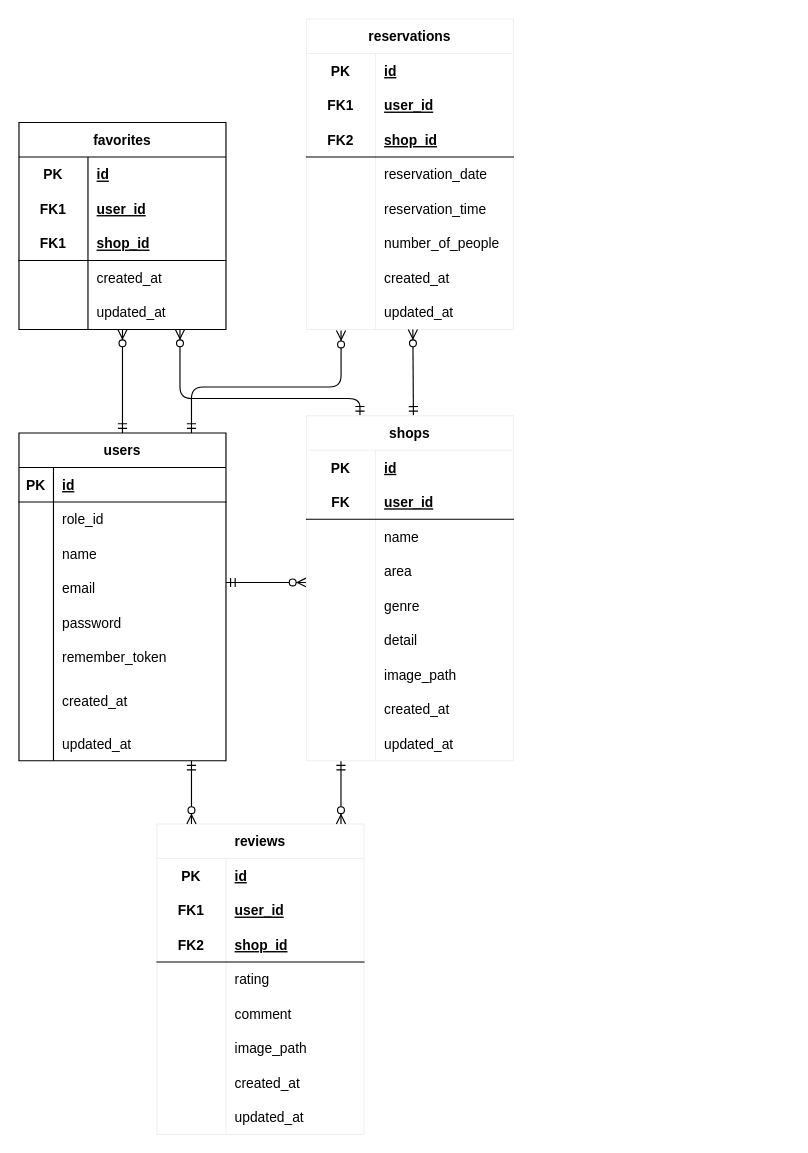
Earlier version of the draw.io diagram src/database/rese-app.dio (shobuhinako/rese-app_0203). Source tidied: cells renumbered, new cells numbered last; positions are measured from the earlier drawing's top-left corner, leaving out a move shared by most shapes. Both pictures are drawn from the tidied source at 115%, with x=0, y=0 at pixel (18, 18).
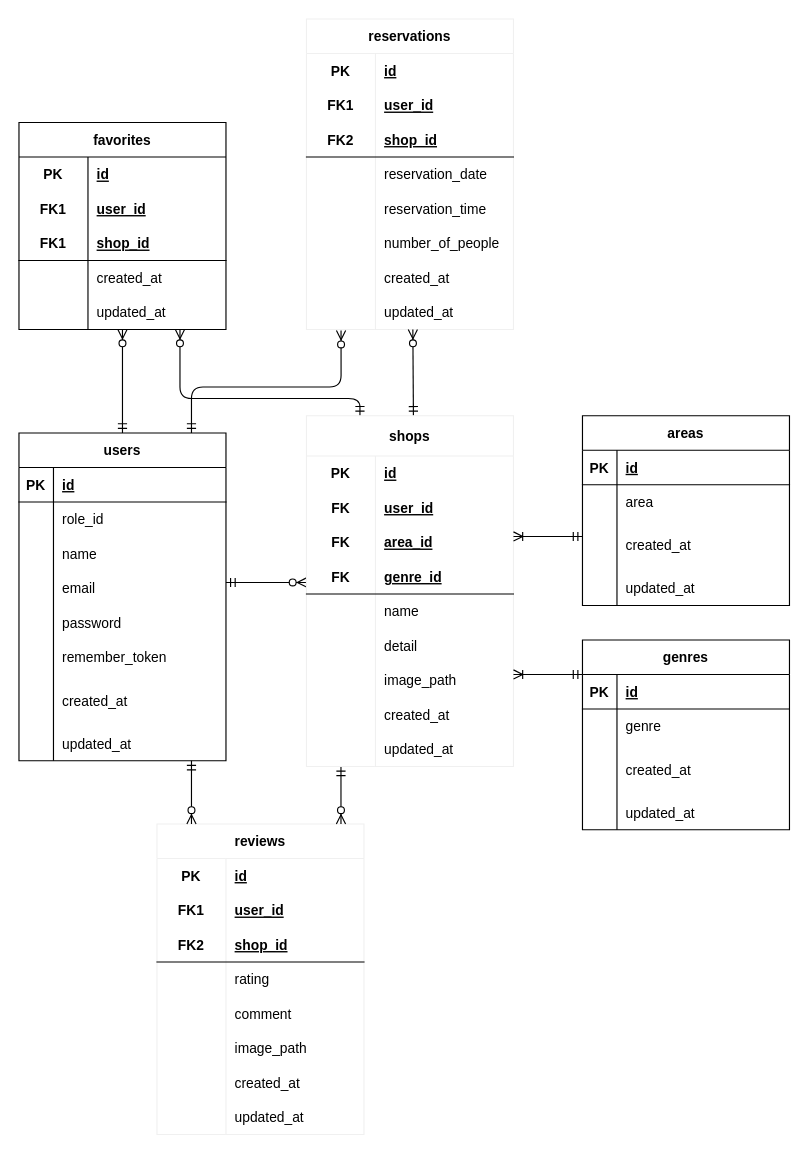
The same page after the edit.

Change to the diagram source:
```diff
@@
-    <mxCell id="99" style="fontSize=12;html=1;endArrow=ERzeroToMany;startArrow=ERmandOne;exitX=0.5;exitY=0;exitDx=0;exitDy=0;" parent="1" edge="1">
+    <mxCell id="99" style="fontSize=12;html=1;endArrow=ERzeroToMany;startArrow=ERmandOne;" parent="1" edge="1">
       <mxGeometry relative="1" as="geometry">
-        <mxPoint x="280" y="645" as="sourcePoint" />
+        <mxPoint x="280" y="650" as="sourcePoint" />
         <mxPoint x="280" y="700" as="targetPoint" />
       </mxGeometry>
     </mxCell>
-    <mxCell id="100" value="shops" style="shape=table;startSize=30;childLayout=tableLayout;rowLines=0;fontStyle=1;align=center;strokeColor=#F0F0F0;" parent="1" vertex="1">
-      <mxGeometry x="250" y="345" width="180" height="300" as="geometry" />
+    <mxCell id="100" value="shops" style="shape=table;startSize=35;childLayout=tableLayout;rowLines=0;fontStyle=1;align=center;strokeColor=#F0F0F0;" parent="1" vertex="1">
+      <mxGeometry x="250" y="345" width="180" height="305" as="geometry" />
     </mxCell>
     <mxCell id="101" style="shape=tableRow;horizontal=0;startSize=0;swimlaneHead=0;swimlaneBody=0;fillColor=none;top=0;left=0;right=0;bottom=0;strokeColor=default;" parent="100" vertex="1">
-      <mxGeometry y="30" width="180" height="30" as="geometry" />
+      <mxGeometry y="35" width="180" height="30" as="geometry" />
     </mxCell>
@@
+    <mxCell id="128" style="shape=tableRow;horizontal=0;startSize=0;swimlaneHead=0;swimlaneBody=0;fillColor=none;top=0;left=0;right=0;bottom=0;strokeColor=default;" parent="100" vertex="1">
+      <mxGeometry y="65" width="180" height="30" as="geometry" />
+    </mxCell>
+    <mxCell id="129" value="FK" style="shape=partialRectangle;fillColor=none;top=0;left=0;bottom=0;right=0;fontStyle=1;overflow=hidden;strokeColor=default;" parent="128" vertex="1">
+      <mxGeometry width="60" height="30" as="geometry" />
+    </mxCell>
+    <mxCell id="130" value="user_id" style="shape=partialRectangle;fillColor=none;top=0;left=0;bottom=0;right=0;align=left;spacingLeft=6;fontStyle=5;overflow=hidden;strokeColor=default;" parent="128" vertex="1">
+      <mxGeometry x="60" width="120" height="30" as="geometry" />
+    </mxCell>
+    <mxCell id="131" style="shape=tableRow;horizontal=0;startSize=0;swimlaneHead=0;swimlaneBody=0;fillColor=none;top=0;left=0;right=0;bottom=0;strokeColor=default;" parent="100" vertex="1">
+      <mxGeometry y="95" width="180" height="30" as="geometry" />
+    </mxCell>
+    <mxCell id="132" value="FK" style="shape=partialRectangle;fillColor=none;top=0;left=0;bottom=0;right=0;fontStyle=1;overflow=hidden;strokeColor=default;" parent="131" vertex="1">
+      <mxGeometry width="60" height="30" as="geometry" />
+    </mxCell>
+    <mxCell id="133" value="area_id" style="shape=partialRectangle;fillColor=none;top=0;left=0;bottom=0;right=0;align=left;spacingLeft=6;fontStyle=5;overflow=hidden;strokeColor=default;" parent="131" vertex="1">
+      <mxGeometry x="60" width="120" height="30" as="geometry" />
+    </mxCell>
     <mxCell id="104" style="shape=tableRow;horizontal=0;startSize=0;swimlaneHead=0;swimlaneBody=0;fillColor=none;top=0;left=0;right=0;bottom=1;strokeColor=default;" parent="100" vertex="1">
-      <mxGeometry y="60" width="180" height="30" as="geometry" />
+      <mxGeometry y="125" width="180" height="30" as="geometry" />
     </mxCell>
@@
-    <mxCell id="106" value="user_id" style="shape=partialRectangle;fillColor=none;top=0;left=0;bottom=0;right=0;align=left;spacingLeft=6;fontStyle=5;overflow=hidden;strokeColor=default;" parent="104" vertex="1">
+    <mxCell id="106" value="genre_id" style="shape=partialRectangle;fillColor=none;top=0;left=0;bottom=0;right=0;align=left;spacingLeft=6;fontStyle=5;overflow=hidden;strokeColor=default;" parent="104" vertex="1">
       <mxGeometry x="60" width="120" height="30" as="geometry" />
     </mxCell>
     <mxCell id="107" style="shape=tableRow;horizontal=0;startSize=0;swimlaneHead=0;swimlaneBody=0;fillColor=none;top=0;left=0;right=0;bottom=0;strokeColor=default;" parent="100" vertex="1">
-      <mxGeometry y="90" width="180" height="30" as="geometry" />
+      <mxGeometry y="155" width="180" height="30" as="geometry" />
     </mxCell>
@@
-    <mxCell id="110" style="shape=tableRow;horizontal=0;startSize=0;swimlaneHead=0;swimlaneBody=0;fillColor=none;top=0;left=0;right=0;bottom=0;strokeColor=default;" parent="100" vertex="1">
-      <mxGeometry y="120" width="180" height="30" as="geometry" />
-    </mxCell>
-    <mxCell id="111" style="shape=partialRectangle;fillColor=none;top=0;left=0;bottom=0;right=0;overflow=hidden;strokeColor=default;" parent="110" vertex="1">
-      <mxGeometry width="60" height="30" as="geometry" />
-    </mxCell>
-    <mxCell id="112" value="area" style="shape=partialRectangle;fillColor=none;top=0;left=0;bottom=0;right=0;align=left;spacingLeft=6;overflow=hidden;strokeColor=default;" parent="110" vertex="1">
-      <mxGeometry x="60" width="120" height="30" as="geometry" />
-    </mxCell>
-    <mxCell id="113" style="shape=tableRow;horizontal=0;startSize=0;swimlaneHead=0;swimlaneBody=0;fillColor=none;top=0;left=0;right=0;bottom=0;strokeColor=default;" parent="100" vertex="1">
-      <mxGeometry y="150" width="180" height="30" as="geometry" />
-    </mxCell>
-    <mxCell id="114" style="shape=partialRectangle;fillColor=none;top=0;left=0;bottom=0;right=0;overflow=hidden;strokeColor=default;" parent="113" vertex="1">
-      <mxGeometry width="60" height="30" as="geometry" />
-    </mxCell>
-    <mxCell id="115" value="genre" style="shape=partialRectangle;fillColor=none;top=0;left=0;bottom=0;right=0;align=left;spacingLeft=6;overflow=hidden;strokeColor=default;" parent="113" vertex="1">
-      <mxGeometry x="60" width="120" height="30" as="geometry" />
-    </mxCell>
     <mxCell id="116" style="shape=tableRow;horizontal=0;startSize=0;swimlaneHead=0;swimlaneBody=0;fillColor=none;top=0;left=0;right=0;bottom=0;strokeColor=default;" parent="100" vertex="1">
-      <mxGeometry y="180" width="180" height="30" as="geometry" />
+      <mxGeometry y="185" width="180" height="30" as="geometry" />
     </mxCell>
@@
     <mxCell id="119" style="shape=tableRow;horizontal=0;startSize=0;swimlaneHead=0;swimlaneBody=0;fillColor=none;top=0;left=0;right=0;bottom=0;strokeColor=default;" parent="100" vertex="1">
-      <mxGeometry y="210" width="180" height="30" as="geometry" />
+      <mxGeometry y="215" width="180" height="30" as="geometry" />
     </mxCell>
@@
     <mxCell id="122" style="shape=tableRow;horizontal=0;startSize=0;swimlaneHead=0;swimlaneBody=0;fillColor=none;top=0;left=0;right=0;bottom=0;strokeColor=default;" parent="100" vertex="1">
-      <mxGeometry y="240" width="180" height="30" as="geometry" />
+      <mxGeometry y="245" width="180" height="30" as="geometry" />
     </mxCell>
@@
     <mxCell id="125" style="shape=tableRow;horizontal=0;startSize=0;swimlaneHead=0;swimlaneBody=0;fillColor=none;top=0;left=0;right=0;bottom=0;strokeColor=default;" parent="100" vertex="1">
-      <mxGeometry y="270" width="180" height="30" as="geometry" />
+      <mxGeometry y="275" width="180" height="30" as="geometry" />
     </mxCell>
@@
+    <mxCell id="134" value="areas" style="shape=table;startSize=30;childLayout=tableLayout;rowLines=0;fontStyle=1;align=center;" parent="1" vertex="1">
+      <mxGeometry x="490" y="345" width="180" height="165" as="geometry" />
+    </mxCell>
+    <mxCell id="135" style="shape=tableRow;horizontal=0;startSize=0;swimlaneHead=0;swimlaneBody=0;fillColor=none;top=0;left=0;right=0;bottom=1;" parent="134" vertex="1">
+      <mxGeometry y="30" width="180" height="30" as="geometry" />
+    </mxCell>
+    <mxCell id="136" value="PK" style="shape=partialRectangle;fillColor=none;top=0;left=0;bottom=0;right=0;fontStyle=1;overflow=hidden;" parent="135" vertex="1">
+      <mxGeometry width="30" height="30" as="geometry" />
+    </mxCell>
+    <mxCell id="137" value="id" style="shape=partialRectangle;fillColor=none;top=0;left=0;bottom=0;right=0;align=left;spacingLeft=6;fontStyle=5;overflow=hidden;" parent="135" vertex="1">
+      <mxGeometry x="30" width="150" height="30" as="geometry" />
+    </mxCell>
+    <mxCell id="138" style="shape=tableRow;horizontal=0;startSize=0;swimlaneHead=0;swimlaneBody=0;fillColor=none;top=0;left=0;right=0;bottom=0;" parent="134" vertex="1">
+      <mxGeometry y="60" width="180" height="30" as="geometry" />
+    </mxCell>
+    <mxCell id="139" style="shape=partialRectangle;fillColor=none;top=0;left=0;bottom=0;right=0;overflow=hidden;" parent="138" vertex="1">
+      <mxGeometry width="30" height="30" as="geometry" />
+    </mxCell>
+    <mxCell id="112" value="area" style="shape=partialRectangle;fillColor=none;top=0;left=0;bottom=0;right=0;align=left;spacingLeft=6;overflow=hidden;" parent="138" vertex="1">
+      <mxGeometry x="30" width="150" height="30" as="geometry" />
+    </mxCell>
+    <mxCell id="140" style="shape=tableRow;horizontal=0;startSize=0;swimlaneHead=0;swimlaneBody=0;fillColor=none;top=0;left=0;right=0;bottom=0;" parent="134" vertex="1">
+      <mxGeometry y="90" width="180" height="45" as="geometry" />
+    </mxCell>
+    <mxCell id="141" style="shape=partialRectangle;fillColor=none;top=0;left=0;bottom=0;right=0;overflow=hidden;" parent="140" vertex="1">
+      <mxGeometry width="30" height="45" as="geometry" />
+    </mxCell>
+    <mxCell id="142" value="created_at" style="shape=partialRectangle;fillColor=none;top=0;left=0;bottom=0;right=0;align=left;spacingLeft=6;overflow=hidden;" parent="140" vertex="1">
+      <mxGeometry x="30" width="150" height="45" as="geometry" />
+    </mxCell>
+    <mxCell id="143" style="shape=tableRow;horizontal=0;startSize=0;swimlaneHead=0;swimlaneBody=0;fillColor=none;top=0;left=0;right=0;bottom=0;" parent="134" vertex="1">
+      <mxGeometry y="135" width="180" height="30" as="geometry" />
+    </mxCell>
+    <mxCell id="144" style="shape=partialRectangle;fillColor=none;top=0;left=0;bottom=0;right=0;overflow=hidden;" parent="143" vertex="1">
+      <mxGeometry width="30" height="30" as="geometry" />
+    </mxCell>
+    <mxCell id="145" value="updated_at" style="shape=partialRectangle;fillColor=none;top=0;left=0;bottom=0;right=0;align=left;spacingLeft=6;overflow=hidden;" parent="143" vertex="1">
+      <mxGeometry x="30" width="150" height="30" as="geometry" />
+    </mxCell>
+    <mxCell id="146" value="genres" style="shape=table;startSize=30;childLayout=tableLayout;rowLines=0;fontStyle=1;align=center;" parent="1" vertex="1">
+      <mxGeometry x="490" y="540" width="180" height="165" as="geometry" />
+    </mxCell>
+    <mxCell id="147" style="shape=tableRow;horizontal=0;startSize=0;swimlaneHead=0;swimlaneBody=0;fillColor=none;top=0;left=0;right=0;bottom=1;" parent="146" vertex="1">
+      <mxGeometry y="30" width="180" height="30" as="geometry" />
+    </mxCell>
+    <mxCell id="148" value="PK" style="shape=partialRectangle;fillColor=none;top=0;left=0;bottom=0;right=0;fontStyle=1;overflow=hidden;" parent="147" vertex="1">
+      <mxGeometry width="30" height="30" as="geometry" />
+    </mxCell>
+    <mxCell id="149" value="id" style="shape=partialRectangle;fillColor=none;top=0;left=0;bottom=0;right=0;align=left;spacingLeft=6;fontStyle=5;overflow=hidden;" parent="147" vertex="1">
+      <mxGeometry x="30" width="150" height="30" as="geometry" />
+    </mxCell>
+    <mxCell id="150" style="shape=tableRow;horizontal=0;startSize=0;swimlaneHead=0;swimlaneBody=0;fillColor=none;top=0;left=0;right=0;bottom=0;" parent="146" vertex="1">
+      <mxGeometry y="60" width="180" height="30" as="geometry" />
+    </mxCell>
+    <mxCell id="151" style="shape=partialRectangle;fillColor=none;top=0;left=0;bottom=0;right=0;overflow=hidden;" parent="150" vertex="1">
+      <mxGeometry width="30" height="30" as="geometry" />
+    </mxCell>
+    <mxCell id="115" value="genre" style="shape=partialRectangle;fillColor=none;top=0;left=0;bottom=0;right=0;align=left;spacingLeft=6;overflow=hidden;" parent="150" vertex="1">
+      <mxGeometry x="30" width="150" height="30" as="geometry" />
+    </mxCell>
+    <mxCell id="152" style="shape=tableRow;horizontal=0;startSize=0;swimlaneHead=0;swimlaneBody=0;fillColor=none;top=0;left=0;right=0;bottom=0;" parent="146" vertex="1">
+      <mxGeometry y="90" width="180" height="45" as="geometry" />
+    </mxCell>
+    <mxCell id="153" style="shape=partialRectangle;fillColor=none;top=0;left=0;bottom=0;right=0;overflow=hidden;" parent="152" vertex="1">
+      <mxGeometry width="30" height="45" as="geometry" />
+    </mxCell>
+    <mxCell id="154" value="created_at" style="shape=partialRectangle;fillColor=none;top=0;left=0;bottom=0;right=0;align=left;spacingLeft=6;overflow=hidden;" parent="152" vertex="1">
+      <mxGeometry x="30" width="150" height="45" as="geometry" />
+    </mxCell>
+    <mxCell id="155" style="shape=tableRow;horizontal=0;startSize=0;swimlaneHead=0;swimlaneBody=0;fillColor=none;top=0;left=0;right=0;bottom=0;" parent="146" vertex="1">
+      <mxGeometry y="135" width="180" height="30" as="geometry" />
+    </mxCell>
+    <mxCell id="156" style="shape=partialRectangle;fillColor=none;top=0;left=0;bottom=0;right=0;overflow=hidden;" parent="155" vertex="1">
+      <mxGeometry width="30" height="30" as="geometry" />
+    </mxCell>
+    <mxCell id="157" value="updated_at" style="shape=partialRectangle;fillColor=none;top=0;left=0;bottom=0;right=0;align=left;spacingLeft=6;overflow=hidden;" parent="155" vertex="1">
+      <mxGeometry x="30" width="150" height="30" as="geometry" />
+    </mxCell>
+    <mxCell id="158" style="fontSize=12;html=1;endArrow=ERoneToMany;startArrow=ERmandOne;" parent="1" edge="1">
+      <mxGeometry relative="1" as="geometry">
+        <mxPoint x="490" y="450" as="sourcePoint" />
+        <mxPoint x="430" y="450" as="targetPoint" />
+      </mxGeometry>
+    </mxCell>
+    <mxCell id="159" style="fontSize=12;html=1;endArrow=ERoneToMany;startArrow=ERmandOne;" parent="1" edge="1">
+      <mxGeometry relative="1" as="geometry">
+        <mxPoint x="490" y="570" as="sourcePoint" />
+        <mxPoint x="430" y="570" as="targetPoint" />
+      </mxGeometry>
+    </mxCell>
```
